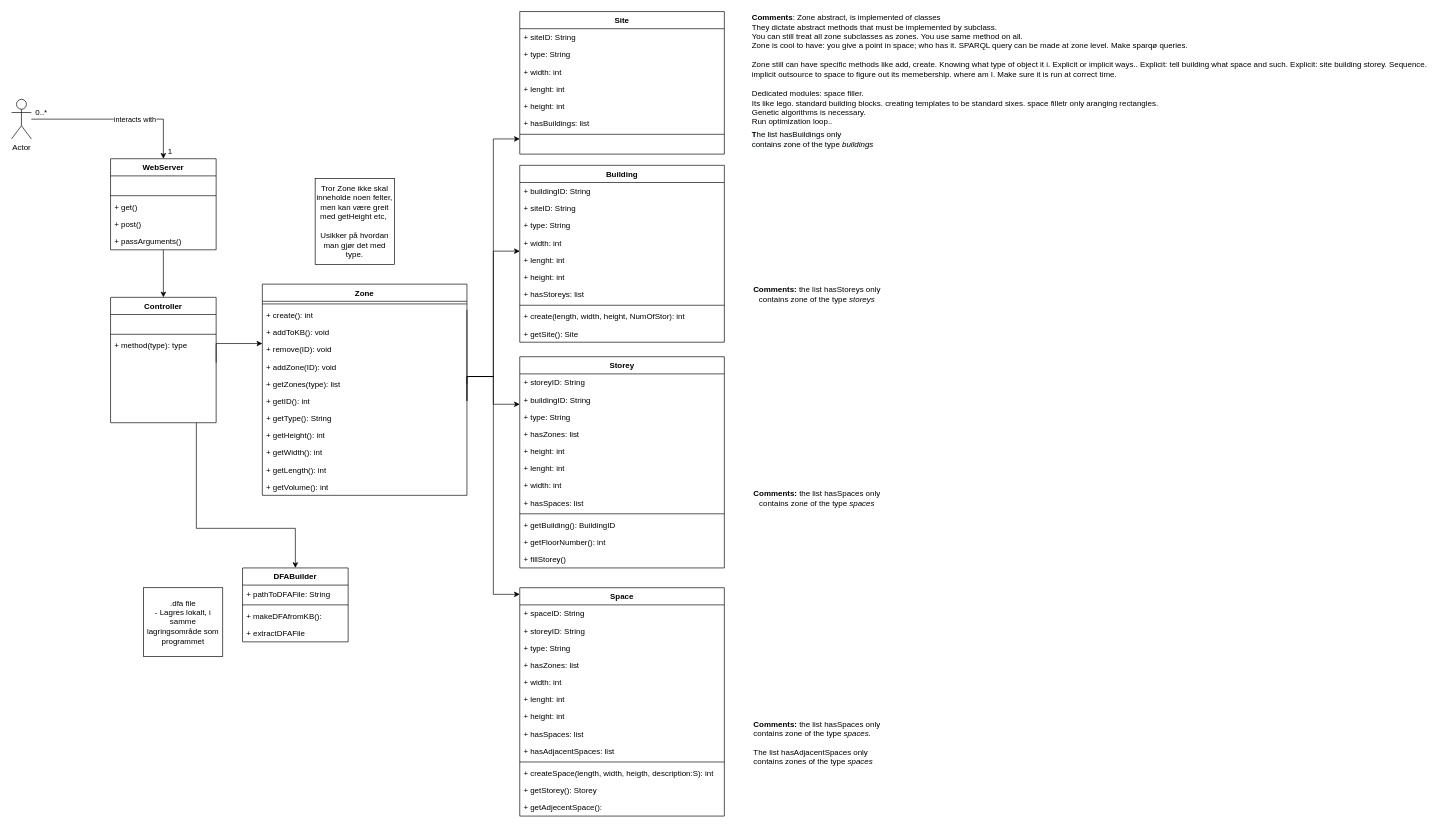
Before: page "Design Class Diagram" (7 of 9) of Diagrams/Diagrams.drawio in Hallvaeb/automation-p2-construction-knowledge-base, a draw.io diagram. Source tidied: cells renumbered, new cells numbered last; positions are measured from the earlier drawing's top-left corner, leaving out a move shared by most shapes. Both pictures are drawn from the tidied source at 66%, with x=0, y=0 at pixel (11, 11).
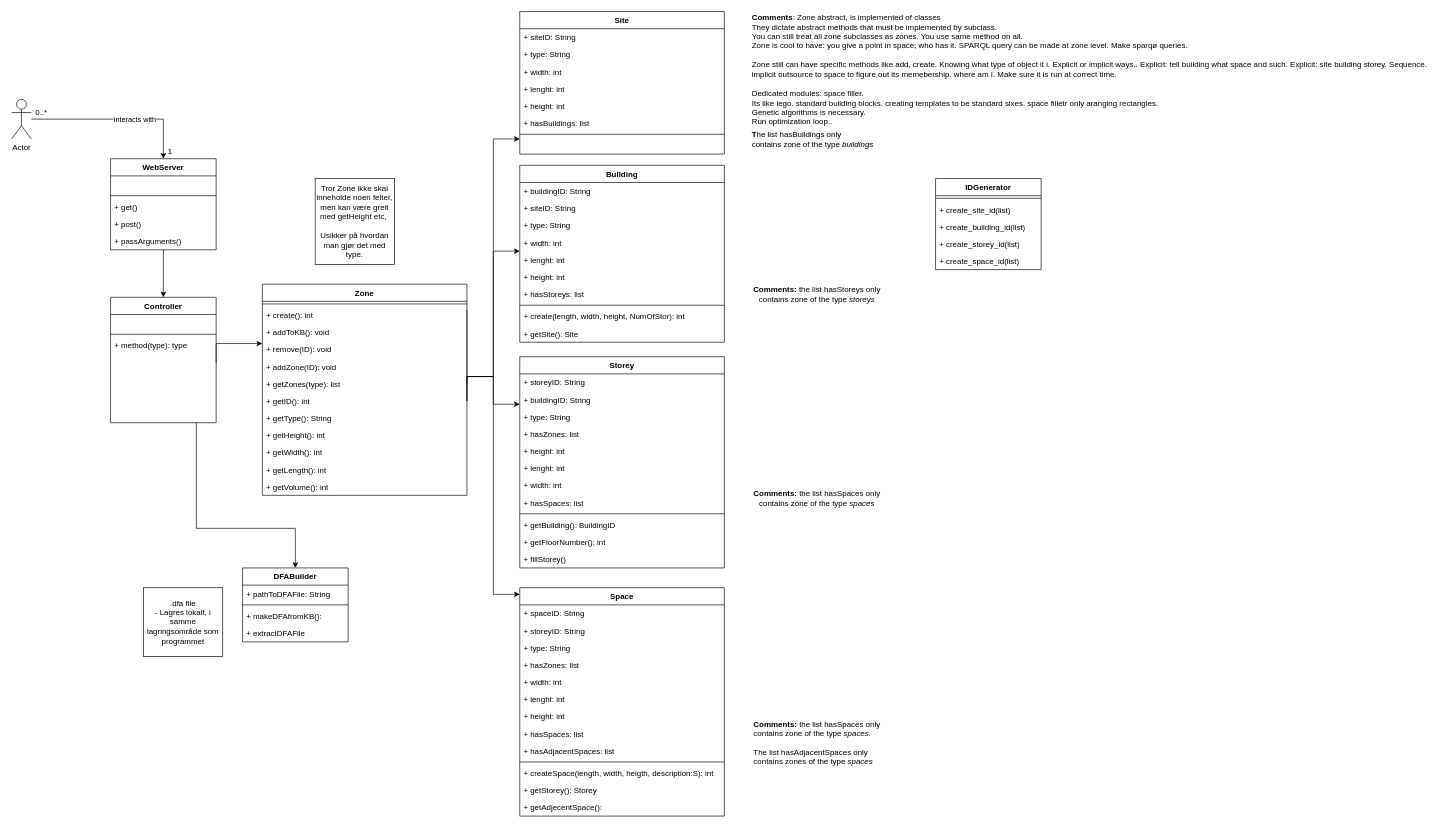
The same diagram, later.

Commit message:
Add class "IDGenerator"

Change to the diagram source:
```diff
@@
+    <mxCell id="103" value="IDGenerator" style="swimlane;fontStyle=1;align=center;verticalAlign=top;horizontal=1;startSize=26;strokeColor=default;fillColor=default;" parent="1" vertex="1">
+      <mxGeometry x="1400" y="253" width="160" height="138" as="geometry" />
+    </mxCell>
+    <mxCell id="104" style="line;strokeWidth=1;fillColor=none;align=left;verticalAlign=middle;spacingTop=-1;spacingLeft=3;spacingRight=3;labelPosition=right;" parent="103" vertex="1">
+      <mxGeometry y="26" width="160" height="8" as="geometry" />
+    </mxCell>
+    <mxCell id="105" value="+ create_site_id(list)" style="text;strokeColor=none;fillColor=none;align=left;verticalAlign=top;spacingLeft=4;spacingRight=4;overflow=hidden;" parent="103" vertex="1">
+      <mxGeometry y="34" width="160" height="26" as="geometry" />
+    </mxCell>
+    <mxCell id="106" value="+ create_building_id(list)" style="text;strokeColor=none;fillColor=none;align=left;verticalAlign=top;spacingLeft=4;spacingRight=4;overflow=hidden;" parent="103" vertex="1">
+      <mxGeometry y="60" width="160" height="26" as="geometry" />
+    </mxCell>
+    <mxCell id="107" value="+ create_storey_id(list)" style="text;strokeColor=none;fillColor=none;align=left;verticalAlign=top;spacingLeft=4;spacingRight=4;overflow=hidden;" parent="103" vertex="1">
+      <mxGeometry y="86" width="160" height="26" as="geometry" />
+    </mxCell>
+    <mxCell id="108" value="+ create_space_id(list)" style="text;strokeColor=none;fillColor=none;align=left;verticalAlign=top;spacingLeft=4;spacingRight=4;overflow=hidden;" parent="103" vertex="1">
+      <mxGeometry y="112" width="160" height="26" as="geometry" />
+    </mxCell>
```
